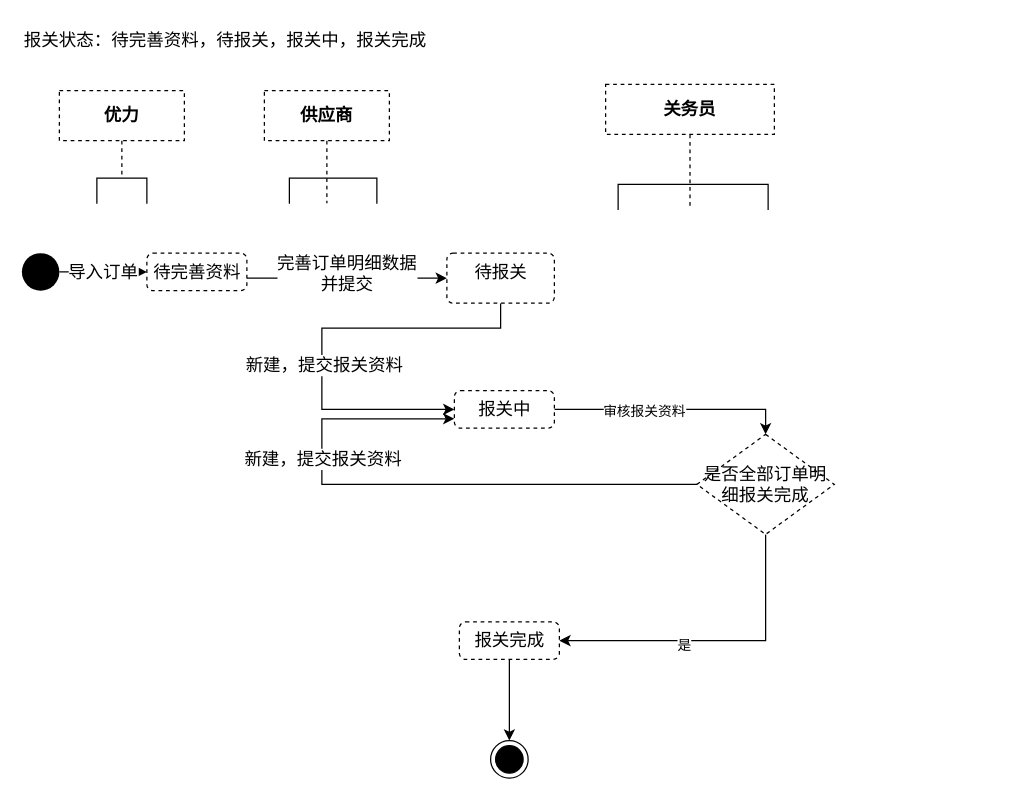
Above: page "订单报关状态图-简化" (5 of 9) of shrine-doc/进区预约系统.drawio in easefulfil/CLOUDCARE (draw.io), before the change. Source tidied: cells renumbered, new cells numbered last; positions are measured from the earlier drawing's top-left corner, leaving out a move shared by most shapes. Both pictures are drawn from the tidied source at 125%, with x=0, y=0 at pixel (21, 21).
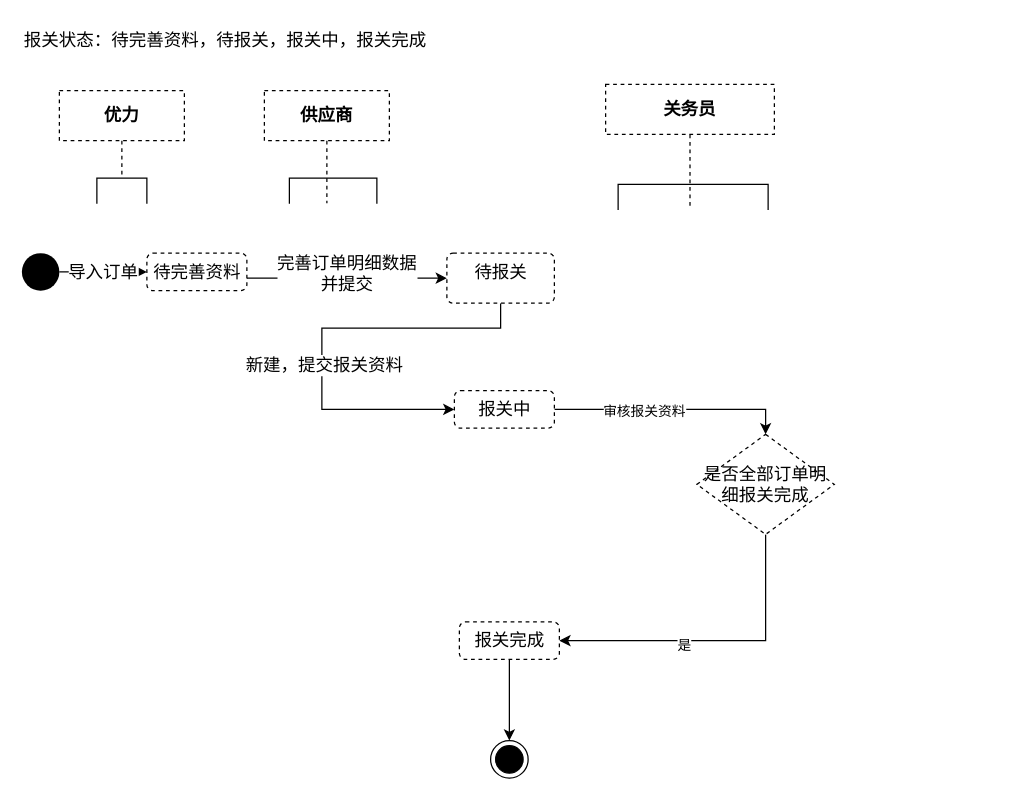
After the change.

Unchanged cells that the change refers to:
```xml
<mxCell id="19" value="报关中" style="html=1;align=center;verticalAlign=top;rounded=1;absoluteArcSize=1;arcSize=10;dashed=1;fontSize=14;" parent="1" vertex="1">
  <mxGeometry x="346" y="295" width="80" height="30" as="geometry" />
</mxCell>
<mxCell id="27" value="是否全部订单明细报关完成" style="rhombus;whiteSpace=wrap;html=1;dashed=1;fontSize=14;" parent="1" vertex="1">
  <mxGeometry x="540" y="330" width="110" height="80" as="geometry" />
</mxCell>
```

What changed in the source:
```diff
@@
-    <mxCell id="25" style="edgeStyle=orthogonalEdgeStyle;rounded=0;jettySize=auto;html=1;entryX=0;entryY=0.75;entryDx=0;entryDy=0;" parent="1" edge="1" source="27" target="19">
-      <mxGeometry relative="1" as="geometry">
-        <Array as="points">
-          <mxPoint x="240" y="370" />
-          <mxPoint x="240" y="318" />
-        </Array>
-      </mxGeometry>
-    </mxCell>
-    <mxCell id="26" value="&lt;span style=&quot;font-size: 14px&quot;&gt;新建，提交报关资料&lt;/span&gt;" style="edgeLabel;html=1;align=center;verticalAlign=middle;" parent="25" vertex="1">
-      <mxGeometry x="0.4" relative="1" as="geometry" />
-    </mxCell>
```
